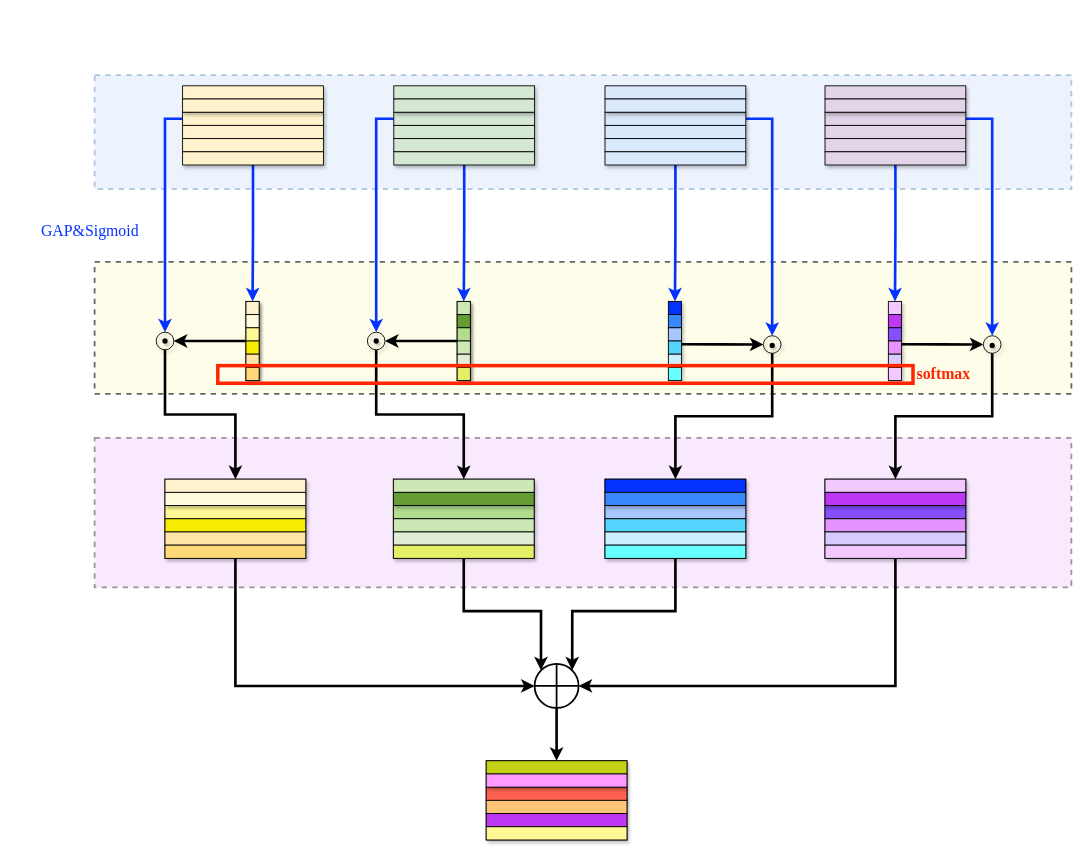
This is page "第 14 页" (14 of 14) of 未命名绘图.drawio from dearRongerr/draw.io, a draw.io file, before an edit. Source tidied: cells renumbered, new cells numbered last; positions are measured from the earlier drawing's top-left corner, leaving out a move shared by most shapes. Both pictures are drawn from the tidied source at 88%, with x=0, y=0 at pixel (24, 75).
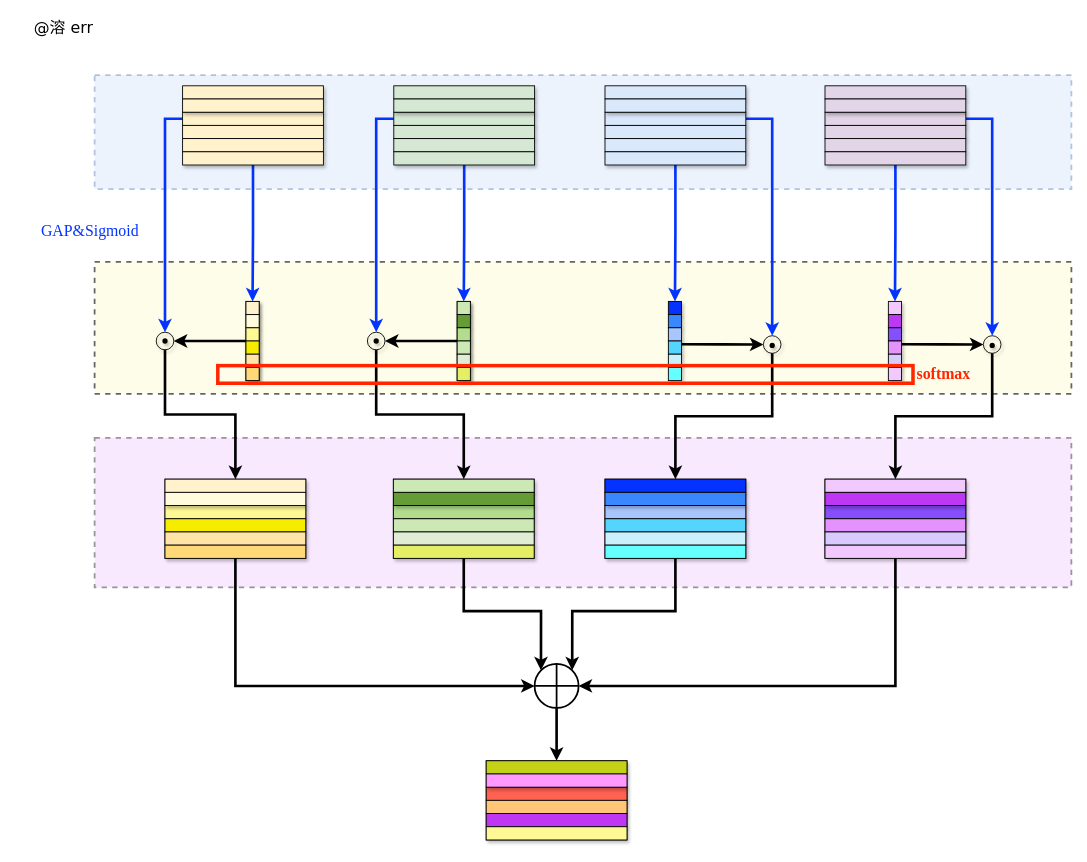
The same diagram, later.

Change to the diagram source:
```diff
@@
+    <mxCell id="123" value="&lt;font face=&quot;Verdana&quot;&gt;@溶 err&lt;/font&gt;" style="text;html=1;align=center;verticalAlign=middle;whiteSpace=wrap;rounded=0;fontFamily=Helvetica;fontSize=18;fontColor=default;" parent="1" vertex="1">
+      <mxGeometry x="-10" y="-68" width="110" height="30" as="geometry" />
+    </mxCell>
```
